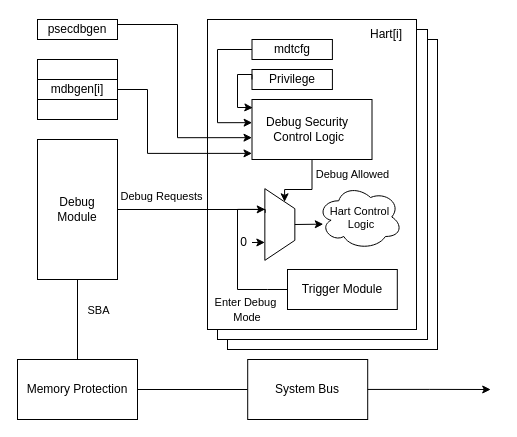
Before: page "Page-3" (3 of 3) of images/external_debug_protection.drawio in riscv-non-isa/riscv-external-debug-security, a draw.io diagram. Source tidied: cells renumbered, new cells numbered last; positions are measured from the earlier drawing's top-left corner, leaving out a move shared by most shapes. Both pictures are drawn from the tidied source at 100%, with x=0, y=0 at pixel (17, 19).
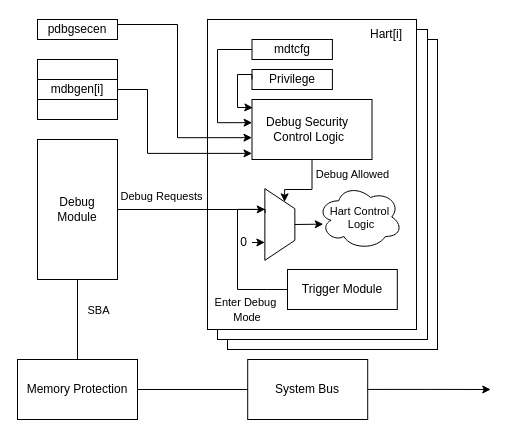
The same page after the edit.

Change to the diagram source:
```diff
@@
-    <mxCell id="18" value="psecdbgen" style="rounded=0;whiteSpace=wrap;html=1;" parent="1" vertex="1">
+    <mxCell id="18" value="pdbgsecen" style="rounded=0;whiteSpace=wrap;html=1;" parent="1" vertex="1">
       <mxGeometry x="20" width="80" height="20" as="geometry" />
     </mxCell>
```
